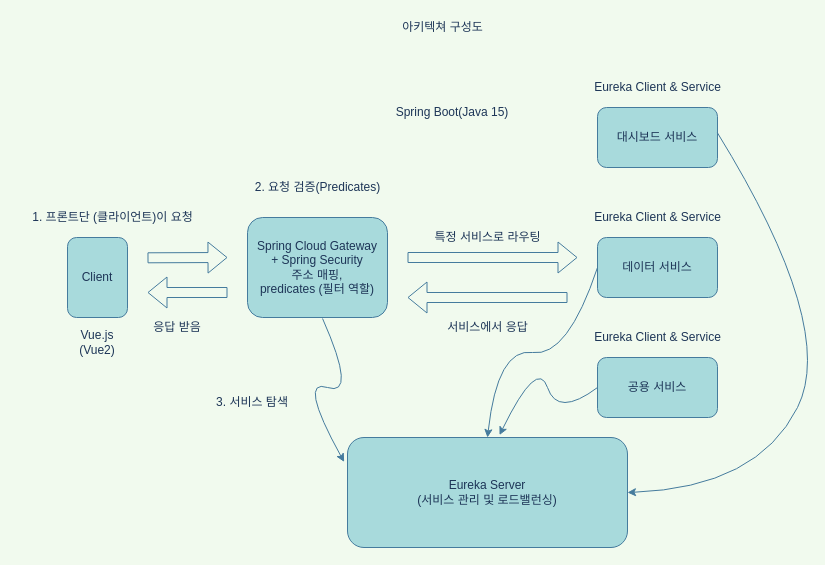
Before: Untitled Diagram.drawio in sun2824/architectureProject, a draw.io diagram. Source tidied: cells renumbered, new cells numbered last; positions are measured from the earlier drawing's top-left corner, leaving out a move shared by most shapes. Both pictures are drawn from the tidied source at 100%, with x=0, y=0 at pixel (17, 17).
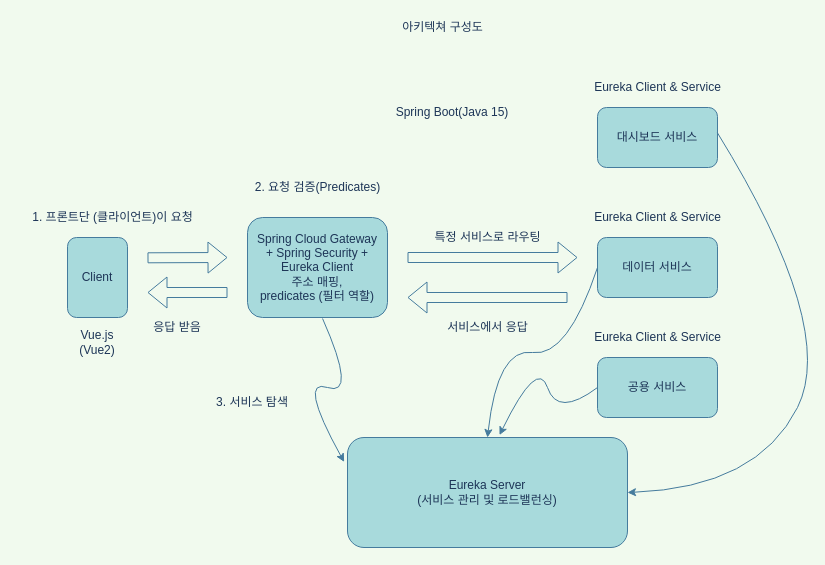
The same diagram, later.

What changed in the source:
```diff
@@
-    <mxCell id="5" value="Spring Cloud Gateway&lt;br&gt;+ Spring Security&lt;br&gt;주소 매핑,&lt;br&gt;predicates (필터 역할)" style="rounded=1;whiteSpace=wrap;html=1;fillColor=#A8DADC;strokeColor=#457B9D;fontColor=#1D3557;" parent="1" vertex="1">
+    <mxCell id="5" value="Spring Cloud Gateway&lt;br&gt;+ Spring Security + Eureka Client&lt;br&gt;주소 매핑,&lt;br&gt;predicates (필터 역할)" style="rounded=1;whiteSpace=wrap;html=1;fillColor=#A8DADC;strokeColor=#457B9D;fontColor=#1D3557;" parent="1" vertex="1">
       <mxGeometry x="230" y="200" width="140" height="100" as="geometry" />
     </mxCell>
```
